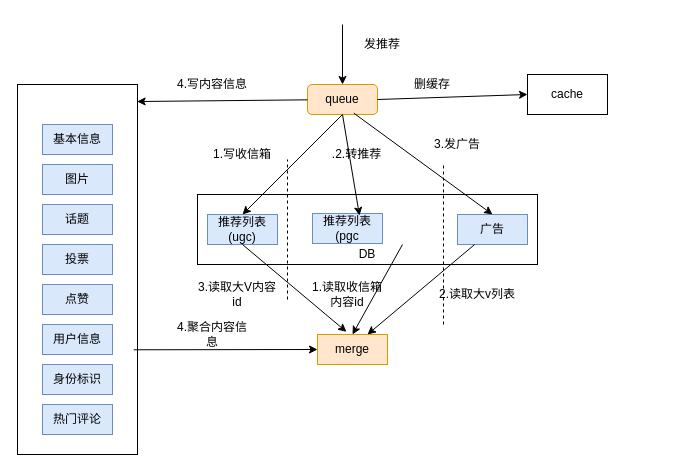
The draw.io diagram arch/feed/Copy of arch.drawio in zhangchuhu/drawio, before the edit. Source tidied: cells renumbered, new cells numbered last; positions are measured from the earlier drawing's top-left corner, leaving out a move shared by most shapes. Both pictures are drawn from the tidied source at 100%, with x=0, y=0 at pixel (17, 24).
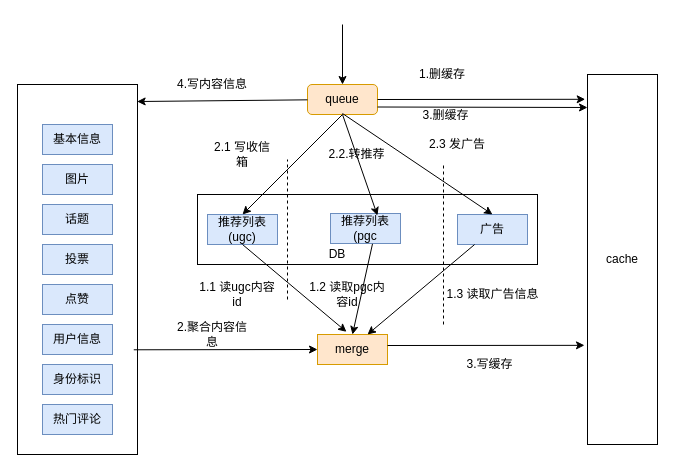
Above is the later version.

The change refers to these unchanged cells:
```xml
<mxCell id="15" value="广告" style="rounded=0;whiteSpace=wrap;html=1;fillColor=#dae8fc;strokeColor=#6c8ebf;" parent="1" vertex="1">
  <mxGeometry x="440" y="190" width="70" height="30" as="geometry" />
</mxCell>
<mxCell id="16" value="queue" style="rounded=1;whiteSpace=wrap;html=1;fillColor=#ffe6cc;strokeColor=#d79b00;" parent="1" vertex="1">
  <mxGeometry x="290" y="60" width="70" height="30" as="geometry" />
</mxCell>
```

Diff of the diagram source:
```diff
@@
     <mxCell id="14" value="推荐列表(pgc" style="rounded=0;whiteSpace=wrap;html=1;fillColor=#dae8fc;strokeColor=#6c8ebf;" parent="1" vertex="1">
-      <mxGeometry x="295" y="189" width="70" height="30" as="geometry" />
+      <mxGeometry x="313" y="189" width="70" height="30" as="geometry" />
     </mxCell>
@@
     <mxCell id="19" value="DB" style="text;html=1;strokeColor=none;fillColor=none;align=center;verticalAlign=middle;whiteSpace=wrap;rounded=0;" parent="1" vertex="1">
-      <mxGeometry x="330" y="220" width="40" height="20" as="geometry" />
+      <mxGeometry x="310" y="220" width="20" height="20" as="geometry" />
     </mxCell>
@@
-    <mxCell id="22" style="endArrow=classic;html=1;exitX=0.5;exitY=1;exitDx=0;exitDy=0;" parent="1" edge="1">
+    <mxCell id="22" style="endArrow=classic;html=1;exitX=0.6;exitY=1.011;exitDx=0;exitDy=0;exitPerimeter=0;" parent="1" edge="1" source="14">
       <mxGeometry relative="1" as="geometry">
-        <mxPoint x="385" y="220" as="sourcePoint" />
         <mxPoint x="335" y="310" as="targetPoint" />
       </mxGeometry>
     </mxCell>
@@
-    <mxCell id="24" value="3.读取大V内容id" style="text;html=1;strokeColor=none;fillColor=none;align=center;verticalAlign=middle;whiteSpace=wrap;rounded=0;" parent="1" vertex="1">
+    <mxCell id="24" value="1.1 读ugc内容id" style="text;html=1;strokeColor=none;fillColor=none;align=center;verticalAlign=middle;whiteSpace=wrap;rounded=0;" parent="1" vertex="1">
       <mxGeometry x="180" y="260" width="80" height="20" as="geometry" />
     </mxCell>
@@
-    <mxCell id="26" value="2.读取大v列表" style="text;html=1;strokeColor=none;fillColor=none;align=center;verticalAlign=middle;whiteSpace=wrap;rounded=0;" parent="1" vertex="1">
-      <mxGeometry x="390" y="260" width="140" height="20" as="geometry" />
-    </mxCell>
-    <mxCell id="27" value="1.读取收信箱内容id" style="text;html=1;strokeColor=none;fillColor=none;align=center;verticalAlign=middle;whiteSpace=wrap;rounded=0;" parent="1" vertex="1">
+    <mxCell id="27" value="1.2 读取pgc内容id" style="text;html=1;strokeColor=none;fillColor=none;align=center;verticalAlign=middle;whiteSpace=wrap;rounded=0;" parent="1" vertex="1">
       <mxGeometry x="290" y="260" width="80" height="20" as="geometry" />
     </mxCell>
-    <mxCell id="28" value="4.聚合内容信息" style="text;html=1;strokeColor=none;fillColor=none;align=center;verticalAlign=middle;whiteSpace=wrap;rounded=0;" parent="1" vertex="1">
+    <mxCell id="28" value="2.聚合内容信息" style="text;html=1;strokeColor=none;fillColor=none;align=center;verticalAlign=middle;whiteSpace=wrap;rounded=0;" parent="1" vertex="1">
       <mxGeometry x="155" y="300" width="80" height="20" as="geometry" />
     </mxCell>
@@
-    <mxCell id="30" value="发推荐" style="text;html=1;strokeColor=none;fillColor=none;align=center;verticalAlign=middle;whiteSpace=wrap;rounded=0;" parent="1" vertex="1">
-      <mxGeometry x="330" y="10" width="70" height="20" as="geometry" />
-    </mxCell>
-    <mxCell id="31" value="1.写收信箱" style="text;html=1;strokeColor=none;fillColor=none;align=center;verticalAlign=middle;whiteSpace=wrap;rounded=0;" parent="1" vertex="1">
+    <mxCell id="31" value="2.1 写收信箱" style="text;html=1;strokeColor=none;fillColor=none;align=center;verticalAlign=middle;whiteSpace=wrap;rounded=0;" parent="1" vertex="1">
       <mxGeometry x="190" y="120" width="70" height="20" as="geometry" />
     </mxCell>
-    <mxCell id="32" value="3.发广告" style="text;html=1;strokeColor=none;fillColor=none;align=center;verticalAlign=middle;whiteSpace=wrap;rounded=0;" parent="1" vertex="1">
+    <mxCell id="32" value="2.3 发广告" style="text;html=1;strokeColor=none;fillColor=none;align=center;verticalAlign=middle;whiteSpace=wrap;rounded=0;" parent="1" vertex="1">
       <mxGeometry x="390" y="110" width="100" height="20" as="geometry" />
     </mxCell>
-    <mxCell id="33" value=".2.转推荐" style="text;html=1;strokeColor=none;fillColor=none;align=center;verticalAlign=middle;whiteSpace=wrap;rounded=0;" parent="1" vertex="1">
+    <mxCell id="33" value="2.2.转推荐" style="text;html=1;strokeColor=none;fillColor=none;align=center;verticalAlign=middle;whiteSpace=wrap;rounded=0;" parent="1" vertex="1">
       <mxGeometry x="289" y="120" width="101" height="20" as="geometry" />
     </mxCell>
@@
     <mxCell id="37" value="cache" style="rounded=0;whiteSpace=wrap;html=1;" parent="1" vertex="1">
-      <mxGeometry x="510" y="50" width="80" height="40" as="geometry" />
+      <mxGeometry x="570" y="50" width="70" height="370" as="geometry" />
     </mxCell>
-    <mxCell id="38" style="endArrow=classic;html=1;entryX=0;entryY=0.5;entryDx=0;entryDy=0;exitX=1;exitY=0.5;exitDx=0;exitDy=0;" parent="1" edge="1" source="16" target="37">
+    <mxCell id="38" style="endArrow=classic;html=1;exitX=1;exitY=0.5;exitDx=0;exitDy=0;entryX=-0.033;entryY=0.067;entryDx=0;entryDy=0;entryPerimeter=0;" parent="1" edge="1" source="16" target="37">
       <mxGeometry relative="1" as="geometry" />
     </mxCell>
-    <mxCell id="39" value="删缓存" style="text;html=1;strokeColor=none;fillColor=none;align=center;verticalAlign=middle;whiteSpace=wrap;rounded=0;" parent="1" vertex="1">
-      <mxGeometry x="380" y="50" width="70" height="20" as="geometry" />
-    </mxCell>
-    <mxCell id="40" style="endArrow=classic;html=1;exitX=0.662;exitY=0.956;exitDx=0;exitDy=0;exitPerimeter=0;entryX=0.5;entryY=0;entryDx=0;entryDy=0;" parent="1" edge="1" source="16" target="15">
-      <mxGeometry relative="1" as="geometry" />
+    <mxCell id="40" style="endArrow=classic;html=1;entryX=0.5;entryY=0;entryDx=0;entryDy=0;" parent="1" edge="1" target="15">
+      <mxGeometry relative="1" as="geometry">
+        <mxPoint x="325" y="89" as="sourcePoint" />
+      </mxGeometry>
     </mxCell>
+    <mxCell id="41" style="endArrow=classic;html=1;exitX=1;exitY=0.75;exitDx=0;exitDy=0;" parent="1" edge="1" source="16">
+      <mxGeometry relative="1" as="geometry">
+        <mxPoint x="570" y="83" as="targetPoint" />
+      </mxGeometry>
+    </mxCell>
+    <mxCell id="42" value="3.删缓存" style="text;html=1;align=center;verticalAlign=middle;labelBackgroundColor=#ffffff;" parent="41" vertex="1">
+      <mxGeometry x="-0.35" y="-8" relative="1" as="geometry" />
+    </mxCell>
+    <mxCell id="43" value="1.删缓存" style="text;html=1;strokeColor=none;fillColor=none;align=center;verticalAlign=middle;whiteSpace=wrap;rounded=0;" parent="1" vertex="1">
+      <mxGeometry x="390" y="40" width="70" height="20" as="geometry" />
+    </mxCell>
+    <mxCell id="44" value="1.3 读取广告信息" style="text;html=1;strokeColor=none;fillColor=none;align=center;verticalAlign=middle;whiteSpace=wrap;rounded=0;" parent="1" vertex="1">
+      <mxGeometry x="427.5" y="260" width="95" height="20" as="geometry" />
+    </mxCell>
+    <mxCell id="45" style="endArrow=classic;html=1;entryX=-0.043;entryY=0.732;entryDx=0;entryDy=0;entryPerimeter=0;" parent="1" edge="1" target="37">
+      <mxGeometry relative="1" as="geometry">
+        <mxPoint x="370" y="321" as="sourcePoint" />
+      </mxGeometry>
+    </mxCell>
+    <mxCell id="46" value="3.写缓存" style="text;html=1;strokeColor=none;fillColor=none;align=center;verticalAlign=middle;whiteSpace=wrap;rounded=0;" parent="1" vertex="1">
+      <mxGeometry x="425" y="330" width="95" height="20" as="geometry" />
+    </mxCell>
```
